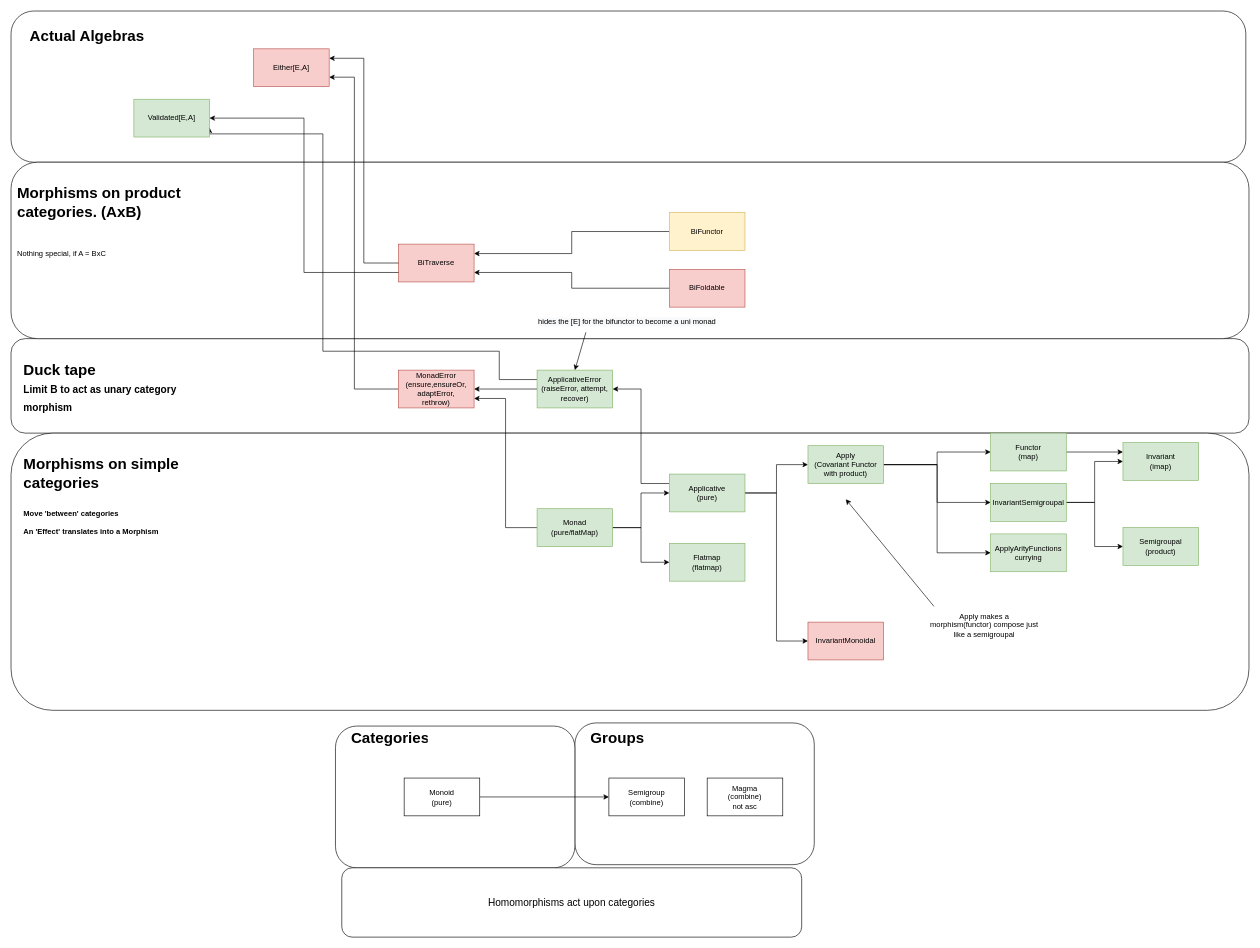
Before: page "Initial Big Picture" (1 of 2) of diagram.drawio in noReasonException/my-cats, a draw.io diagram. Source tidied: cells renumbered, new cells numbered last; positions are measured from the earlier drawing's top-left corner, leaving out a move shared by most shapes. Both pictures are drawn from the tidied source at 63%, with x=0, y=0 at pixel (11, 11).
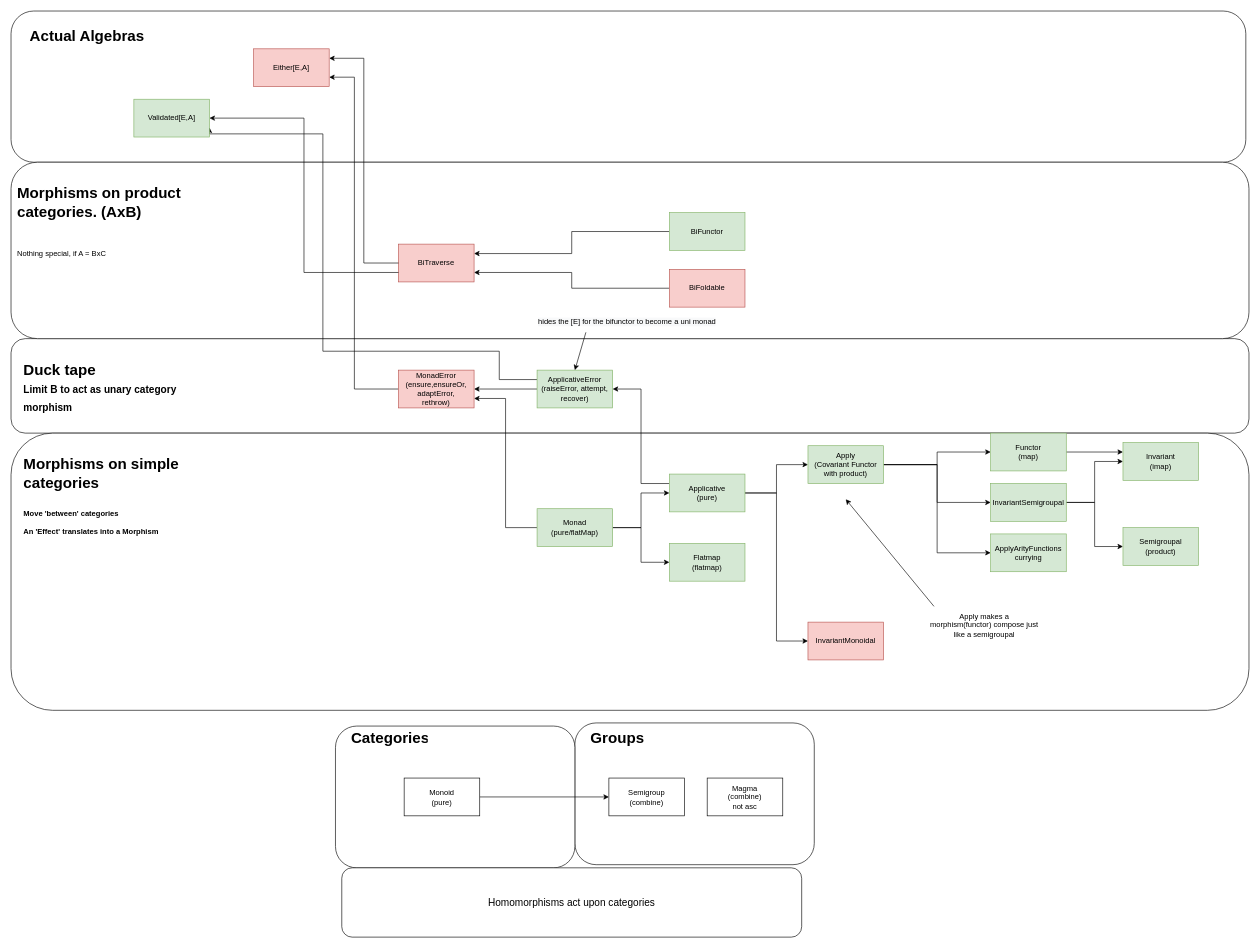
After the change.

Commit message (it also covers changes not shown here):
mapN to Apply syntax

Diff of the diagram source:
```diff
@@
-    <mxCell id="39" value="BiFunctor" style="rounded=0;whiteSpace=wrap;html=1;fillColor=#fff2cc;strokeColor=#d6b656;" parent="1" vertex="1">
+    <mxCell id="39" value="BiFunctor" style="rounded=0;whiteSpace=wrap;html=1;fillColor=#d5e8d4;strokeColor=#82b366;" parent="1" vertex="1">
       <mxGeometry x="1045" y="320" width="120" height="60" as="geometry" />
     </mxCell>
```
